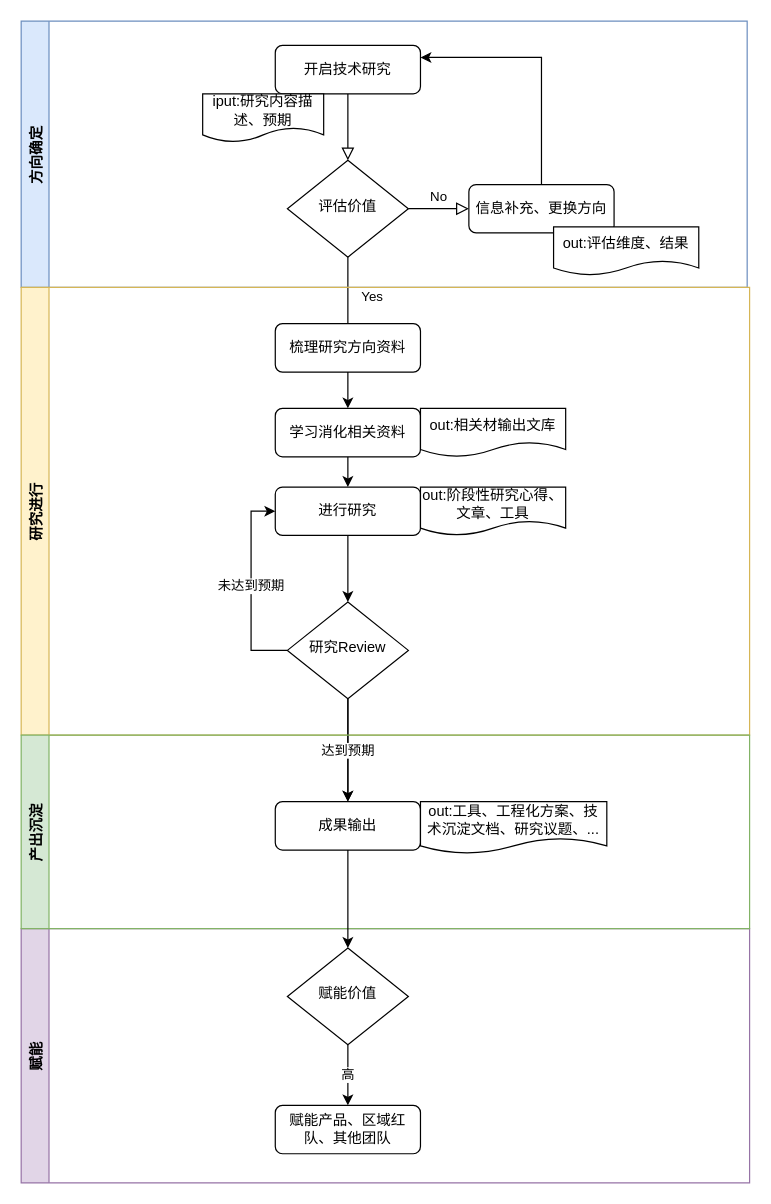
fate93930/acefile keeps this draw.io diagram as 安全研究.drawio. Above is the earlier version. Source tidied: cells renumbered, new cells numbered last; positions are measured from the earlier drawing's top-left corner, leaving out a move shared by most shapes. Both pictures are drawn from the tidied source at 121%, with x=0, y=0 at pixel (21, 21).
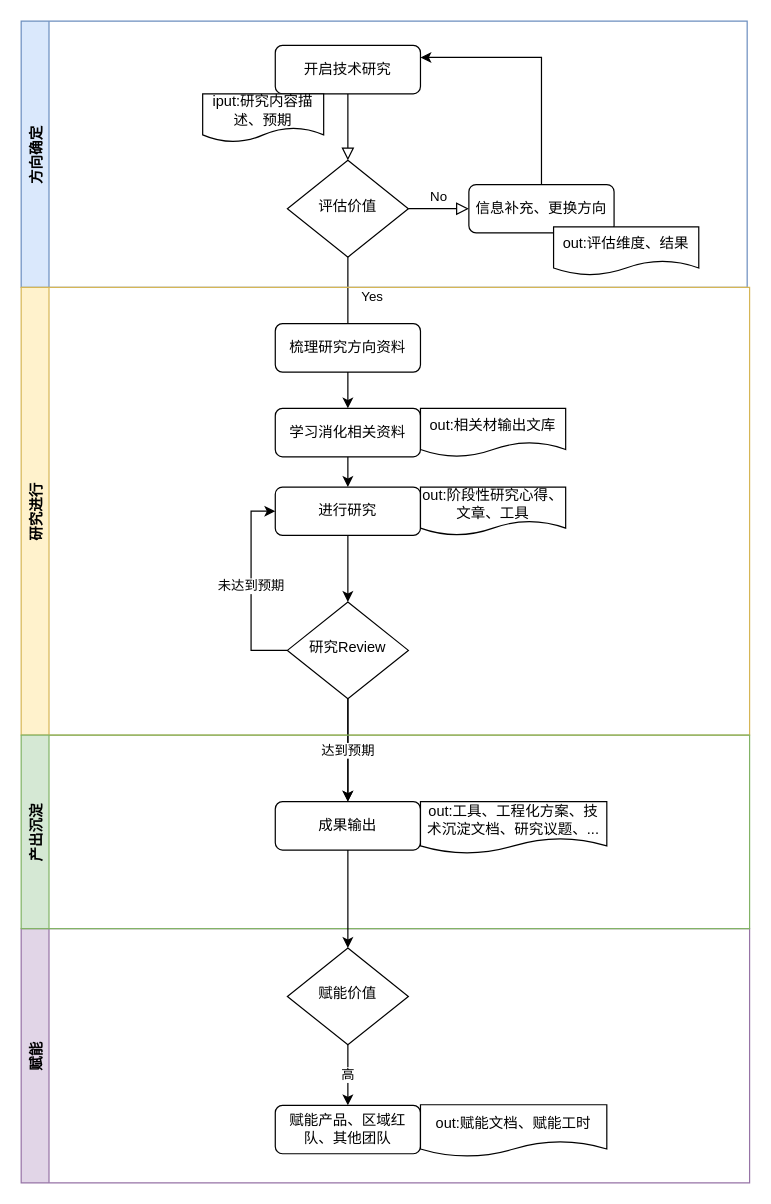
After the change.

Commit message:
更新安全研究.drawio

The change refers to these unchanged cells:
```xml
<mxCell id="23" value="赋能" style="swimlane;horizontal=0;align=center;verticalAlign=middle;fillColor=#e1d5e7;strokeColor=#9673a6;" parent="1" vertex="1">
  <mxGeometry y="750" width="602" height="210" as="geometry" />
</mxCell>
```

The edit, as a diff of the source:
```diff
@@
+    <mxCell id="33" value="out:赋能文档、赋能工时" style="shape=document;whiteSpace=wrap;html=1;boundedLbl=1;" parent="23" vertex="1">
+      <mxGeometry x="330" y="145.5" width="154" height="43" as="geometry" />
+    </mxCell>
```
